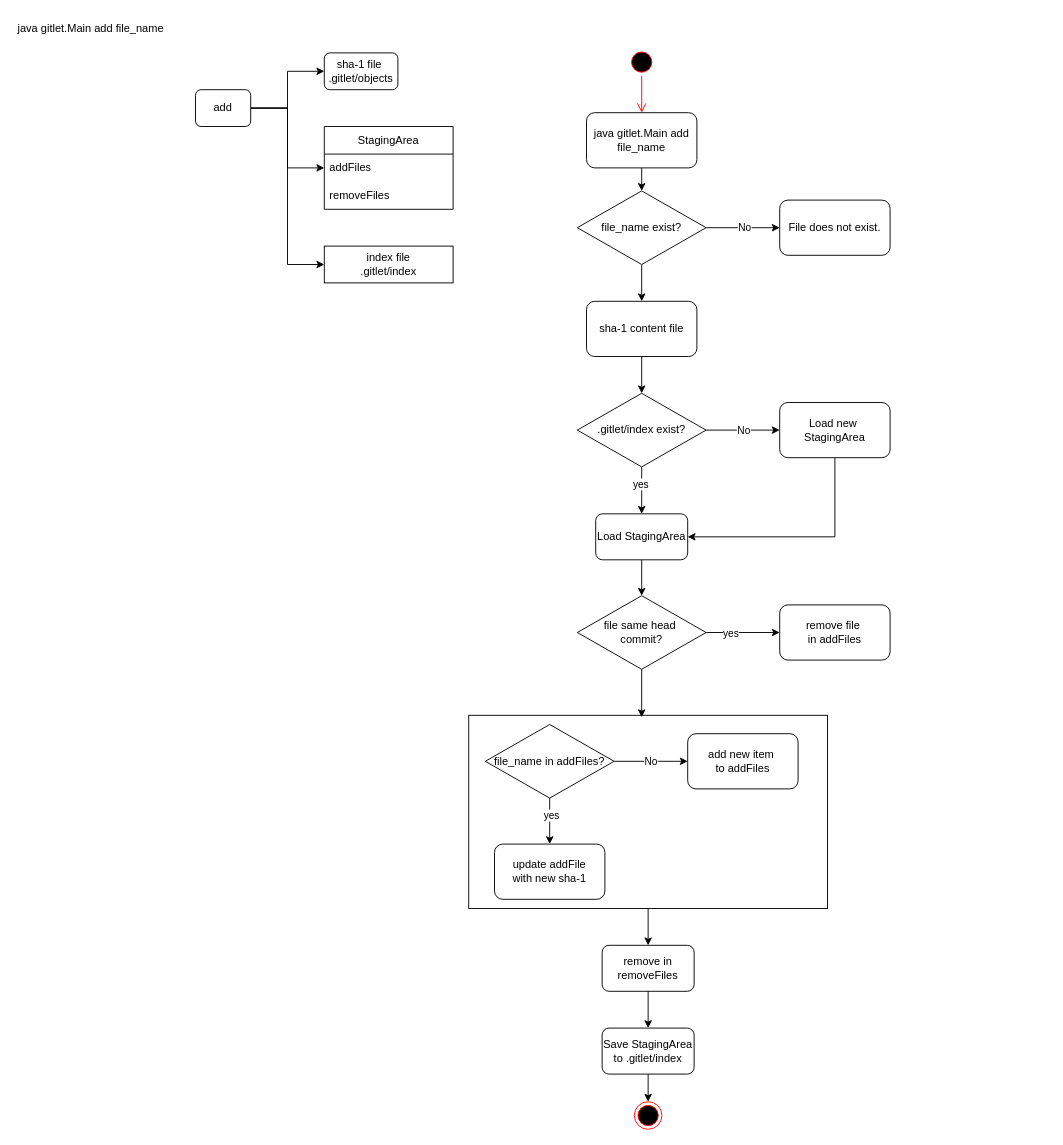
Above: page "commit" (3 of 4) of proj2/design.drawio in hangocanh2303/cs61b-self-learning (draw.io), before the change. Source tidied: cells renumbered, new cells numbered last; positions are measured from the earlier drawing's top-left corner, leaving out a move shared by most shapes. Both pictures are drawn from the tidied source at 92%, with x=0, y=0 at pixel (16, 16).
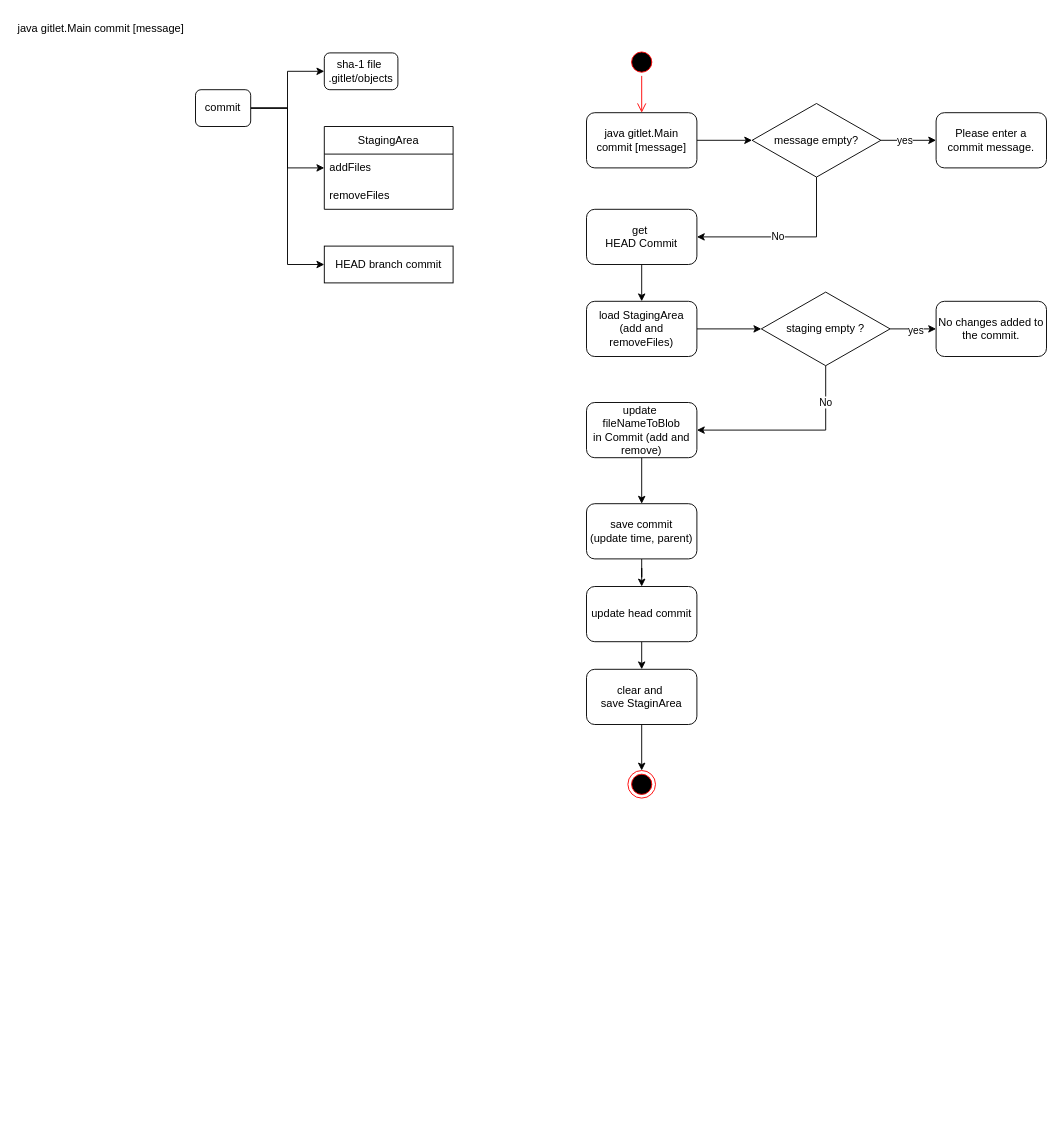
Above is the later version.

Commit message:
Update `gitlet-design.md` with detailed class descriptions; add `design.drawio` for visual representation of design logic

Diff of the diagram source:
```diff
@@
-    <mxCell id="2" value="java gitlet.Main add file_name" style="text;whiteSpace=wrap;" parent="1" vertex="1">
+    <mxCell id="2" value="java gitlet.Main commit [message]" style="text;whiteSpace=wrap;" parent="1" vertex="1">
       <mxGeometry width="210" height="40" as="geometry" />
     </mxCell>
@@
-    <mxCell id="6" value="add" style="rounded=1;whiteSpace=wrap;html=1;" parent="1" vertex="1">
+    <mxCell id="6" value="commit" style="rounded=1;whiteSpace=wrap;html=1;" parent="1" vertex="1">
       <mxGeometry x="195" y="80" width="60" height="40" as="geometry" />
     </mxCell>
@@
-    <mxCell id="11" value="index file&lt;div&gt;.gitlet/index&lt;/div&gt;" style="rounded=0;whiteSpace=wrap;html=1;" parent="1" vertex="1">
+    <mxCell id="11" value="HEAD branch commit" style="rounded=0;whiteSpace=wrap;html=1;" parent="1" vertex="1">
       <mxGeometry x="335" y="250" width="140" height="40" as="geometry" />
     </mxCell>
@@
-    <mxCell id="14" style="edgeStyle=orthogonalEdgeStyle;rounded=0;jettySize=auto;html=1;exitX=0.5;exitY=1;exitDx=0;exitDy=0;entryX=0.5;entryY=0;entryDx=0;entryDy=0;" parent="1" edge="1" source="15" target="19">
-      <mxGeometry relative="1" as="geometry" />
-    </mxCell>
+    <mxCell id="51" style="edgeStyle=orthogonalEdgeStyle;rounded=0;jettySize=auto;html=1;exitX=1;exitY=0.5;exitDx=0;exitDy=0;entryX=0;entryY=0.5;entryDx=0;entryDy=0;" parent="1" edge="1" source="15" target="71">
+      <mxGeometry relative="1" as="geometry" />
+    </mxCell>
-    <mxCell id="15" value="&lt;span style=&quot;text-align: left;&quot;&gt;java gitlet.Main add file_name&lt;/span&gt;" style="rounded=1;whiteSpace=wrap;html=1;" parent="1" vertex="1">
+    <mxCell id="15" value="&lt;span style=&quot;text-align: left;&quot;&gt;java gitlet.Main commit [message]&lt;/span&gt;" style="rounded=1;whiteSpace=wrap;html=1;" parent="1" vertex="1">
       <mxGeometry x="620" y="105" width="120" height="60" as="geometry" />
     </mxCell>
-    <mxCell id="16" style="edgeStyle=orthogonalEdgeStyle;rounded=0;jettySize=auto;html=1;exitX=1;exitY=0.5;exitDx=0;exitDy=0;entryX=0;entryY=0.5;entryDx=0;entryDy=0;" parent="1" edge="1" source="19" target="20">
-      <mxGeometry relative="1" as="geometry" />
-    </mxCell>
-    <mxCell id="17" value="No" style="edgeLabel;html=1;align=center;verticalAlign=middle;" parent="16" vertex="1">
-      <mxGeometry x="0.03" y="1" relative="1" as="geometry" />
-    </mxCell>
-    <mxCell id="18" style="edgeStyle=orthogonalEdgeStyle;rounded=0;jettySize=auto;html=1;exitX=0.5;exitY=1;exitDx=0;exitDy=0;entryX=0.5;entryY=0;entryDx=0;entryDy=0;" parent="1" edge="1" source="19" target="26">
-      <mxGeometry relative="1" as="geometry" />
-    </mxCell>
+    <mxCell id="52" style="edgeStyle=orthogonalEdgeStyle;rounded=0;jettySize=auto;html=1;exitX=1;exitY=0.5;exitDx=0;exitDy=0;entryX=0;entryY=0.5;entryDx=0;entryDy=0;" parent="1" edge="1" source="19" target="66">
+      <mxGeometry relative="1" as="geometry" />
+    </mxCell>
+    <mxCell id="53" value="yes" style="edgeLabel;html=1;align=center;verticalAlign=middle;" parent="52" vertex="1">
+      <mxGeometry x="0.08" y="-1" relative="1" as="geometry" />
+    </mxCell>
+    <mxCell id="54" style="edgeStyle=orthogonalEdgeStyle;rounded=0;jettySize=auto;html=1;exitX=0.5;exitY=1;exitDx=0;exitDy=0;entryX=1;entryY=0.5;entryDx=0;entryDy=0;" parent="1" edge="1" source="19" target="60">
+      <mxGeometry relative="1" as="geometry" />
+    </mxCell>
+    <mxCell id="55" value="No" style="edgeLabel;html=1;align=center;verticalAlign=middle;" parent="54" vertex="1">
+      <mxGeometry x="-0.63" y="-1" relative="1" as="geometry" />
+    </mxCell>
-    <mxCell id="19" value="file_name exist?" style="rhombus;whiteSpace=wrap;html=1;" parent="1" vertex="1">
-      <mxGeometry x="610" y="190" width="140" height="80" as="geometry" />
+    <mxCell id="19" value="staging empty ?" style="rhombus;whiteSpace=wrap;html=1;" parent="1" vertex="1">
+      <mxGeometry x="810" y="300" width="140" height="80" as="geometry" />
     </mxCell>
+    <mxCell id="56" style="edgeStyle=orthogonalEdgeStyle;rounded=0;jettySize=auto;html=1;exitX=0.5;exitY=1;exitDx=0;exitDy=0;entryX=0.5;entryY=0;entryDx=0;entryDy=0;" parent="1" edge="1" source="20" target="58">
+      <mxGeometry relative="1" as="geometry" />
+    </mxCell>
-    <mxCell id="20" value="File does not exist." style="rounded=1;whiteSpace=wrap;html=1;" parent="1" vertex="1">
-      <mxGeometry x="830" y="200" width="120" height="60" as="geometry" />
+    <mxCell id="20" value="get&amp;nbsp;&lt;br&gt;HEAD Commit" style="rounded=1;whiteSpace=wrap;html=1;" parent="1" vertex="1">
+      <mxGeometry x="620" y="210" width="120" height="60" as="geometry" />
     </mxCell>
-    <mxCell id="21" style="edgeStyle=orthogonalEdgeStyle;rounded=0;jettySize=auto;html=1;exitX=1;exitY=0.5;exitDx=0;exitDy=0;entryX=0;entryY=0.5;entryDx=0;entryDy=0;" parent="1" edge="1" source="29" target="24">
-      <mxGeometry relative="1" as="geometry" />
-    </mxCell>
-    <mxCell id="22" value="No" style="edgeLabel;html=1;align=center;verticalAlign=middle;" parent="21" vertex="1">
-      <mxGeometry x="0.14" y="3" relative="1" as="geometry">
-        <mxPoint x="-6" y="3" as="offset" />
-      </mxGeometry>
-    </mxCell>
-    <mxCell id="23" style="edgeStyle=orthogonalEdgeStyle;rounded=0;jettySize=auto;html=1;exitX=0.5;exitY=1;exitDx=0;exitDy=0;entryX=1;entryY=0.5;entryDx=0;entryDy=0;" parent="1" edge="1" source="24" target="31">
-      <mxGeometry relative="1" as="geometry" />
-    </mxCell>
-    <mxCell id="24" value="Load new&amp;nbsp;&lt;div&gt;StagingArea&lt;/div&gt;" style="rounded=1;whiteSpace=wrap;html=1;" parent="1" vertex="1">
-      <mxGeometry x="830" y="420" width="120" height="60" as="geometry" />
-    </mxCell>
-    <mxCell id="25" style="edgeStyle=orthogonalEdgeStyle;rounded=0;jettySize=auto;html=1;exitX=0.5;exitY=1;exitDx=0;exitDy=0;" parent="1" edge="1" source="26" target="29">
-      <mxGeometry relative="1" as="geometry" />
-    </mxCell>
-    <mxCell id="26" value="sha-1 content file" style="rounded=1;whiteSpace=wrap;html=1;" parent="1" vertex="1">
-      <mxGeometry x="620" y="310" width="120" height="60" as="geometry" />
-    </mxCell>
-    <mxCell id="27" style="edgeStyle=orthogonalEdgeStyle;rounded=0;jettySize=auto;html=1;exitX=0.5;exitY=1;exitDx=0;exitDy=0;entryX=0.5;entryY=0;entryDx=0;entryDy=0;" parent="1" edge="1" source="29" target="31">
-      <mxGeometry relative="1" as="geometry" />
-    </mxCell>
-    <mxCell id="28" value="yes" style="edgeLabel;html=1;align=center;verticalAlign=middle;" parent="27" vertex="1">
-      <mxGeometry x="-0.3" y="-2" relative="1" as="geometry" />
-    </mxCell>
-    <mxCell id="29" value=".gitlet/index exist?" style="rhombus;whiteSpace=wrap;html=1;" parent="1" vertex="1">
-      <mxGeometry x="610" y="410" width="140" height="80" as="geometry" />
-    </mxCell>
-    <mxCell id="30" style="edgeStyle=orthogonalEdgeStyle;rounded=0;jettySize=auto;html=1;exitX=0.5;exitY=1;exitDx=0;exitDy=0;entryX=0.5;entryY=0;entryDx=0;entryDy=0;" parent="1" edge="1" source="31" target="34">
-      <mxGeometry relative="1" as="geometry" />
-    </mxCell>
-    <mxCell id="31" value="Load StagingArea" style="rounded=1;whiteSpace=wrap;html=1;" parent="1" vertex="1">
-      <mxGeometry x="630" y="541" width="100" height="50" as="geometry" />
-    </mxCell>
-    <mxCell id="32" style="edgeStyle=orthogonalEdgeStyle;rounded=0;jettySize=auto;html=1;exitX=1;exitY=0.5;exitDx=0;exitDy=0;entryX=0;entryY=0.5;entryDx=0;entryDy=0;" parent="1" edge="1" source="34" target="35">
-      <mxGeometry relative="1" as="geometry" />
-    </mxCell>
-    <mxCell id="33" value="yes" style="edgeLabel;html=1;align=center;verticalAlign=middle;" parent="32" vertex="1">
-      <mxGeometry x="-0.35" relative="1" as="geometry" />
-    </mxCell>
-    <mxCell id="34" value="&lt;div&gt;&lt;br&gt;&lt;/div&gt;file same head&amp;nbsp;&lt;div&gt;commit?&lt;div&gt;&lt;br&gt;&lt;/div&gt;&lt;/div&gt;" style="rhombus;whiteSpace=wrap;html=1;" parent="1" vertex="1">
-      <mxGeometry x="610" y="630" width="140" height="80" as="geometry" />
-    </mxCell>
-    <mxCell id="35" value="remove file&amp;nbsp;&lt;div&gt;in addFiles&lt;/div&gt;" style="rounded=1;whiteSpace=wrap;html=1;" parent="1" vertex="1">
-      <mxGeometry x="830" y="640" width="120" height="60" as="geometry" />
-    </mxCell>
-    <mxCell id="36" style="edgeStyle=orthogonalEdgeStyle;rounded=0;jettySize=auto;html=1;exitX=0.5;exitY=1;exitDx=0;exitDy=0;" parent="1" edge="1" source="37" target="49">
-      <mxGeometry relative="1" as="geometry" />
-    </mxCell>
-    <mxCell id="37" style="rounded=0;whiteSpace=wrap;html=1;" parent="1" vertex="1">
-      <mxGeometry x="492" y="760" width="390" height="210" as="geometry" />
-    </mxCell>
-    <mxCell id="38" style="edgeStyle=orthogonalEdgeStyle;rounded=0;jettySize=auto;html=1;exitX=1;exitY=0.5;exitDx=0;exitDy=0;entryX=0;entryY=0.5;entryDx=0;entryDy=0;" parent="1" edge="1" source="42" target="43">
-      <mxGeometry relative="1" as="geometry" />
-    </mxCell>
-    <mxCell id="39" value="No" style="edgeLabel;html=1;align=center;verticalAlign=middle;" parent="38" vertex="1">
-      <mxGeometry x="-0.03" y="1" relative="1" as="geometry" />
-    </mxCell>
-    <mxCell id="40" style="edgeStyle=orthogonalEdgeStyle;rounded=0;jettySize=auto;html=1;exitX=0.5;exitY=1;exitDx=0;exitDy=0;entryX=0.5;entryY=0;entryDx=0;entryDy=0;" parent="1" edge="1" source="42" target="44">
-      <mxGeometry relative="1" as="geometry" />
-    </mxCell>
-    <mxCell id="41" value="yes" style="edgeLabel;html=1;align=center;verticalAlign=middle;" parent="40" vertex="1">
-      <mxGeometry x="-0.28" y="1" relative="1" as="geometry" />
-    </mxCell>
-    <mxCell id="42" value="file_name in addFiles?" style="rhombus;whiteSpace=wrap;html=1;" parent="1" vertex="1">
-      <mxGeometry x="510" y="770" width="140" height="80" as="geometry" />
-    </mxCell>
-    <mxCell id="43" value="add new item&amp;nbsp;&lt;div&gt;to addFiles&lt;/div&gt;" style="rounded=1;whiteSpace=wrap;html=1;" parent="1" vertex="1">
-      <mxGeometry x="730" y="780" width="120" height="60" as="geometry" />
-    </mxCell>
-    <mxCell id="44" value="update addFile&lt;div&gt;with new sha-1&lt;/div&gt;" style="rounded=1;whiteSpace=wrap;html=1;" parent="1" vertex="1">
-      <mxGeometry x="520" y="900" width="120" height="60" as="geometry" />
-    </mxCell>
-    <mxCell id="45" style="edgeStyle=orthogonalEdgeStyle;rounded=0;jettySize=auto;html=1;exitX=0.5;exitY=1;exitDx=0;exitDy=0;entryX=0.482;entryY=0.01;entryDx=0;entryDy=0;entryPerimeter=0;" parent="1" edge="1" source="34" target="37">
-      <mxGeometry relative="1" as="geometry" />
-    </mxCell>
-    <mxCell id="46" style="edgeStyle=orthogonalEdgeStyle;rounded=0;jettySize=auto;html=1;exitX=0.5;exitY=1;exitDx=0;exitDy=0;entryX=0.5;entryY=0;entryDx=0;entryDy=0;" parent="1" edge="1" source="47" target="50">
+    <mxCell id="46" style="edgeStyle=orthogonalEdgeStyle;rounded=0;jettySize=auto;html=1;exitX=0.5;exitY=1;exitDx=0;exitDy=0;entryX=0.5;entryY=0;entryDx=0;entryDy=0;" parent="1" edge="1" source="63" target="50">
       <mxGeometry relative="1" as="geometry" />
     </mxCell>
-    <mxCell id="47" value="Save StagingArea&lt;div&gt;to .gitlet/index&lt;/div&gt;" style="rounded=1;whiteSpace=wrap;html=1;" parent="1" vertex="1">
-      <mxGeometry x="637" y="1100" width="100" height="50" as="geometry" />
-    </mxCell>
-    <mxCell id="48" style="edgeStyle=orthogonalEdgeStyle;rounded=0;jettySize=auto;html=1;exitX=0.5;exitY=1;exitDx=0;exitDy=0;entryX=0.5;entryY=0;entryDx=0;entryDy=0;" parent="1" edge="1" source="49" target="47">
-      <mxGeometry relative="1" as="geometry" />
-    </mxCell>
-    <mxCell id="49" value="remove in removeFiles" style="rounded=1;whiteSpace=wrap;html=1;" parent="1" vertex="1">
-      <mxGeometry x="637" y="1010" width="100" height="50" as="geometry" />
-    </mxCell>
     <mxCell id="50" style="ellipse;html=1;shape=endState;fillColor=#000000;strokeColor=#ff0000;" parent="1" vertex="1">
-      <mxGeometry x="672" y="1180" width="30" height="30" as="geometry" />
+      <mxGeometry x="665" y="820" width="30" height="30" as="geometry" />
     </mxCell>
+    <mxCell id="57" style="edgeStyle=orthogonalEdgeStyle;rounded=0;jettySize=auto;html=1;exitX=1;exitY=0.5;exitDx=0;exitDy=0;entryX=0;entryY=0.5;entryDx=0;entryDy=0;" parent="1" edge="1" source="58" target="19">
+      <mxGeometry relative="1" as="geometry" />
+    </mxCell>
+    <mxCell id="58" value="load StagingArea&lt;div&gt;(add and removeFiles)&lt;/div&gt;" style="rounded=1;whiteSpace=wrap;html=1;" parent="1" vertex="1">
+      <mxGeometry x="620" y="310" width="120" height="60" as="geometry" />
+    </mxCell>
+    <mxCell id="59" style="edgeStyle=orthogonalEdgeStyle;rounded=0;jettySize=auto;html=1;exitX=0.5;exitY=1;exitDx=0;exitDy=0;entryX=0.5;entryY=0;entryDx=0;entryDy=0;" parent="1" edge="1" source="60" target="62">
+      <mxGeometry relative="1" as="geometry" />
+    </mxCell>
+    <mxCell id="60" value="update&amp;nbsp;&lt;div&gt;fileNameToBlob&lt;/div&gt;&lt;div&gt;in Commit (add and remove)&lt;/div&gt;" style="rounded=1;whiteSpace=wrap;html=1;" parent="1" vertex="1">
+      <mxGeometry x="620" y="420" width="120" height="60" as="geometry" />
+    </mxCell>
+    <mxCell id="61" style="edgeStyle=orthogonalEdgeStyle;rounded=0;jettySize=auto;html=1;exitX=0.5;exitY=1;exitDx=0;exitDy=0;" parent="1" edge="1" source="62" target="65">
+      <mxGeometry relative="1" as="geometry" />
+    </mxCell>
+    <mxCell id="62" value="save commit&lt;div&gt;(update time, parent)&lt;/div&gt;" style="rounded=1;whiteSpace=wrap;html=1;" parent="1" vertex="1">
+      <mxGeometry x="620" y="530" width="120" height="60" as="geometry" />
+    </mxCell>
+    <mxCell id="63" value="clear and&amp;nbsp;&lt;div&gt;save StaginArea&lt;/div&gt;" style="rounded=1;whiteSpace=wrap;html=1;" parent="1" vertex="1">
+      <mxGeometry x="620" y="710" width="120" height="60" as="geometry" />
+    </mxCell>
+    <mxCell id="64" style="edgeStyle=orthogonalEdgeStyle;rounded=0;jettySize=auto;html=1;exitX=0.5;exitY=1;exitDx=0;exitDy=0;entryX=0.5;entryY=0;entryDx=0;entryDy=0;" parent="1" edge="1" source="65" target="63">
+      <mxGeometry relative="1" as="geometry" />
+    </mxCell>
+    <mxCell id="65" value="update head commit" style="rounded=1;whiteSpace=wrap;html=1;" parent="1" vertex="1">
+      <mxGeometry x="620" y="620" width="120" height="60" as="geometry" />
+    </mxCell>
+    <mxCell id="66" value="No changes added to the commit." style="rounded=1;whiteSpace=wrap;html=1;" parent="1" vertex="1">
+      <mxGeometry x="1000" y="310" width="120" height="60" as="geometry" />
+    </mxCell>
+    <mxCell id="67" style="edgeStyle=orthogonalEdgeStyle;rounded=0;jettySize=auto;html=1;exitX=1;exitY=0.5;exitDx=0;exitDy=0;entryX=0;entryY=0.5;entryDx=0;entryDy=0;" parent="1" edge="1" source="71" target="72">
+      <mxGeometry relative="1" as="geometry" />
+    </mxCell>
+    <mxCell id="68" value="yes" style="edgeLabel;html=1;align=center;verticalAlign=middle;" parent="67" vertex="1">
+      <mxGeometry x="-0.17" relative="1" as="geometry" />
+    </mxCell>
+    <mxCell id="69" style="edgeStyle=orthogonalEdgeStyle;rounded=0;jettySize=auto;html=1;exitX=0.5;exitY=1;exitDx=0;exitDy=0;entryX=1;entryY=0.5;entryDx=0;entryDy=0;" parent="1" edge="1" source="71" target="20">
+      <mxGeometry relative="1" as="geometry" />
+    </mxCell>
+    <mxCell id="70" value="No" style="edgeLabel;html=1;align=center;verticalAlign=middle;" parent="69" vertex="1">
+      <mxGeometry x="0.11" y="-1" relative="1" as="geometry" />
+    </mxCell>
+    <mxCell id="71" value="message empty?" style="rhombus;whiteSpace=wrap;html=1;" parent="1" vertex="1">
+      <mxGeometry x="800" y="95" width="140" height="80" as="geometry" />
+    </mxCell>
+    <mxCell id="72" value="Please enter a commit message." style="rounded=1;whiteSpace=wrap;html=1;" parent="1" vertex="1">
+      <mxGeometry x="1000" y="105" width="120" height="60" as="geometry" />
+    </mxCell>
```
